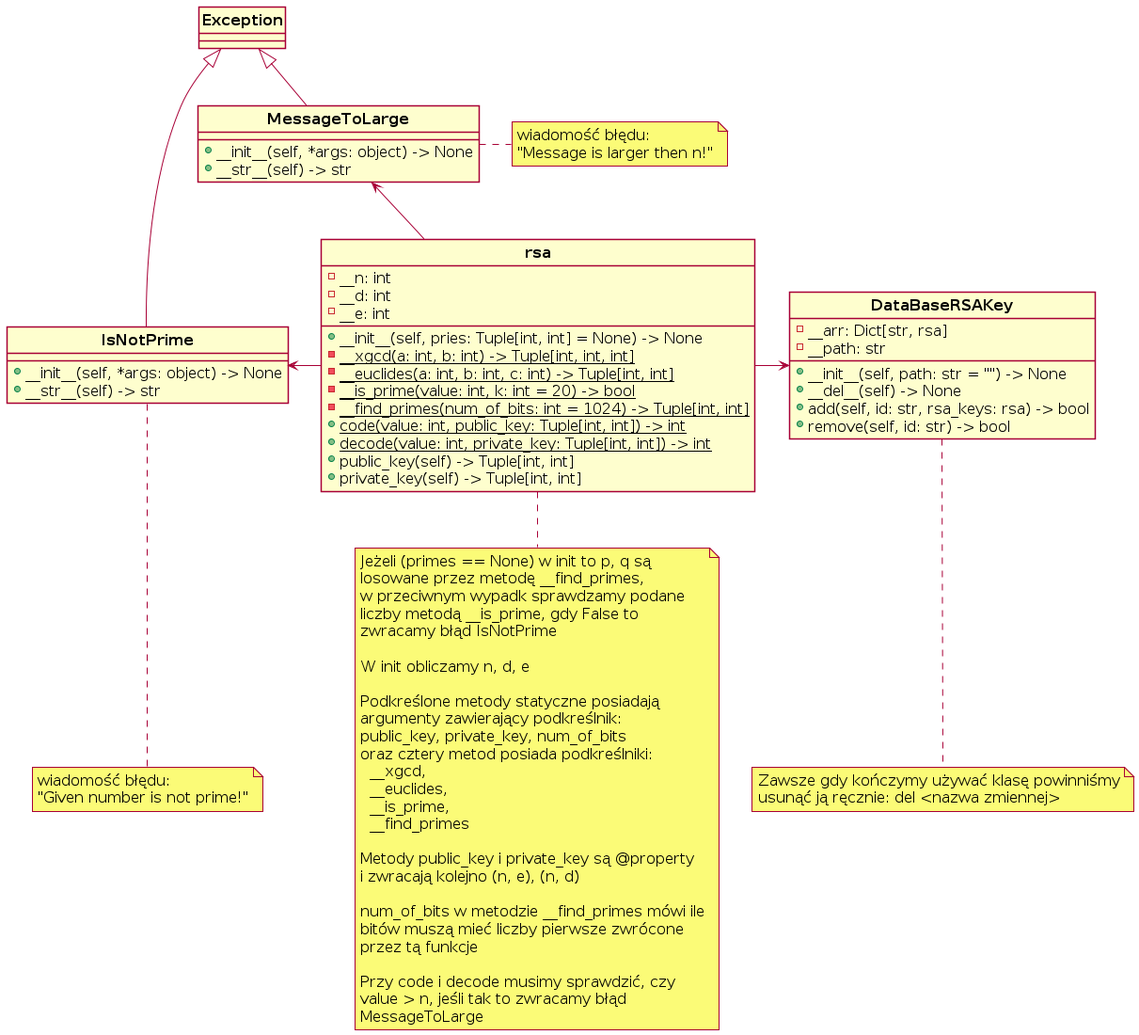
This is uml/rsaclasses.png from pakosiek/EKO-OKNA, a PlantUML export, as it was before one commit.
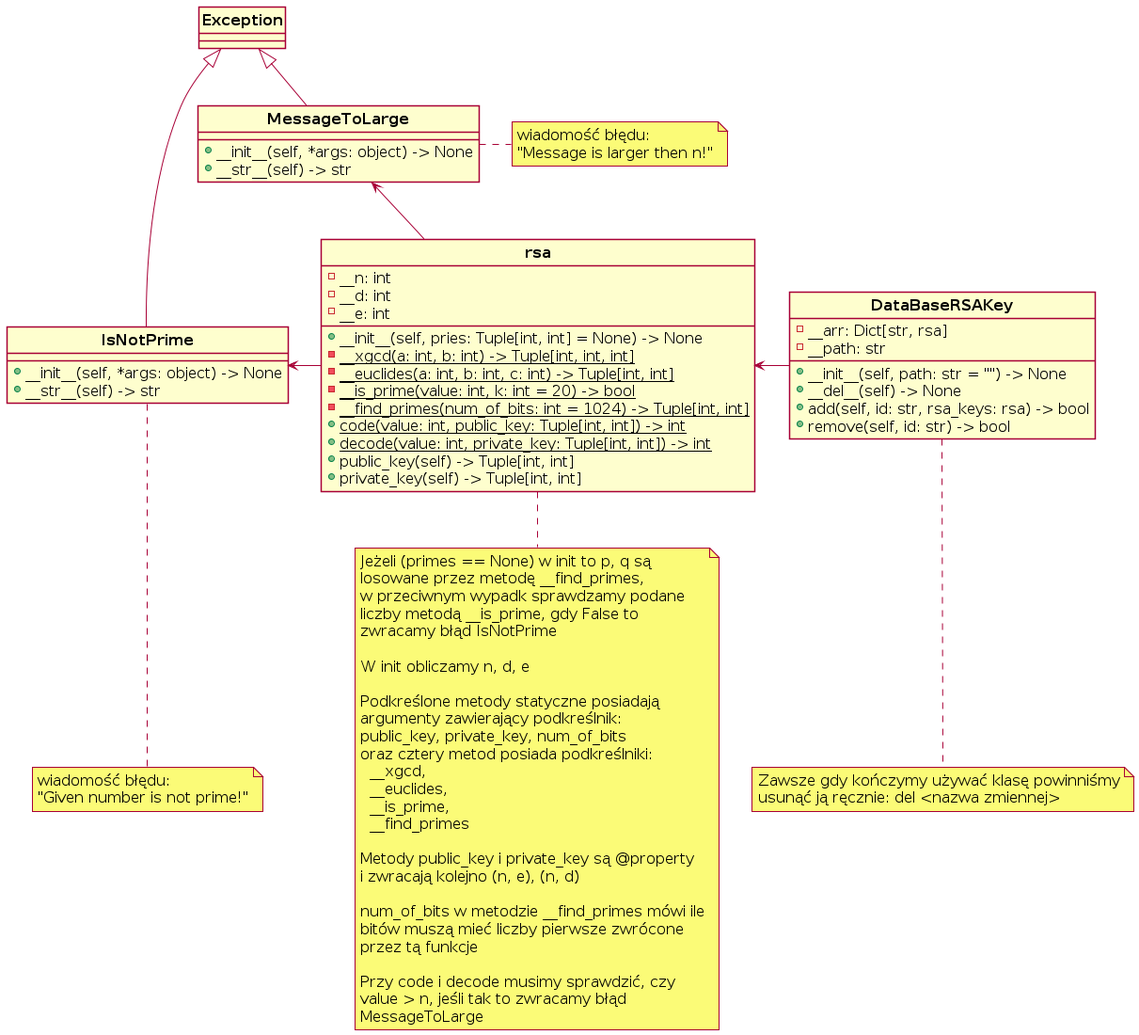
Later version of the same file.

Commit message:
Znowu poprawka diagramu uml, bo pomyliłęm kierunek strzałki... Tym razem ostatni (mam nadzieję) commit poprawkowy

The edit, as a diff of the source:
```diff
@@ -88,7 +88,7 @@
 Exception <|--down MessageToLarge
 rsa -left-> IsNotPrime
 rsa -left-> MessageToLarge
-rsa -right-> DataBaseRSAKey
+rsa <-right- DataBaseRSAKey
 MessageToLarge -[hidden]- IsNotPrime
 
 
```
